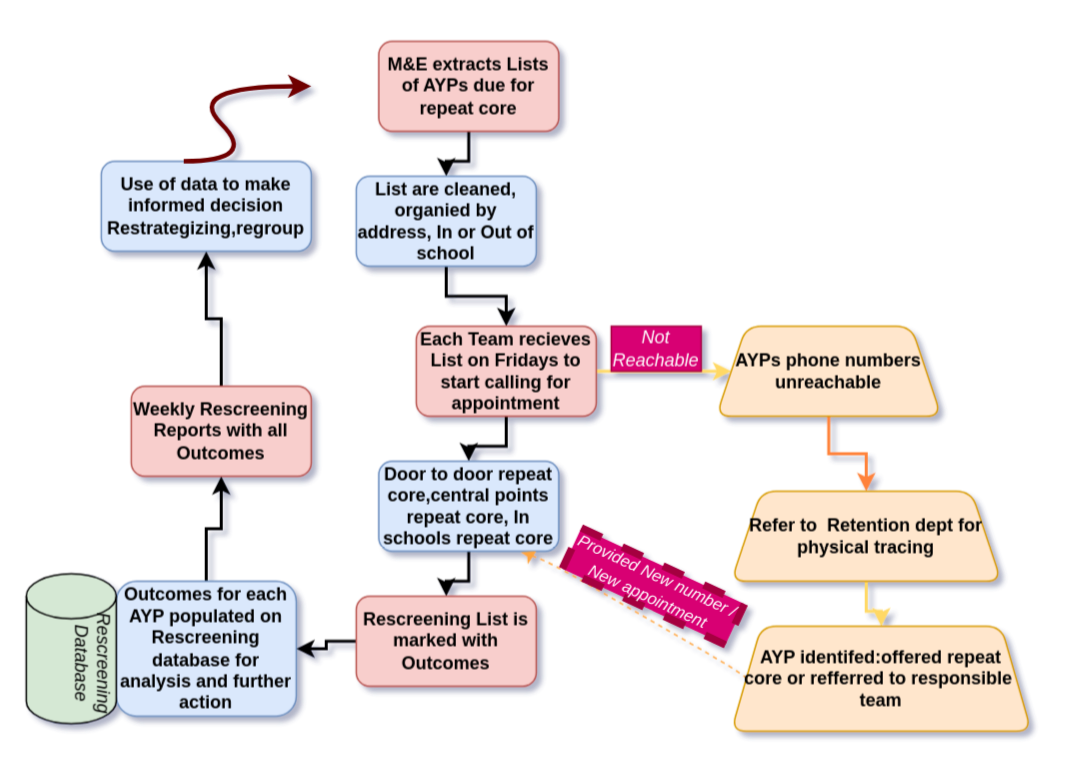
Earlier version of the draw.io diagram page "Page-3" (3 of 3) of Untitled Diagram.drawio (Poscom2010/charmu). Source tidied: cells renumbered, new cells numbered last; positions are measured from the earlier drawing's top-left corner, leaving out a move shared by most shapes. Both pictures are drawn from the tidied source at 150%, with x=0, y=0 at pixel (26, 40).
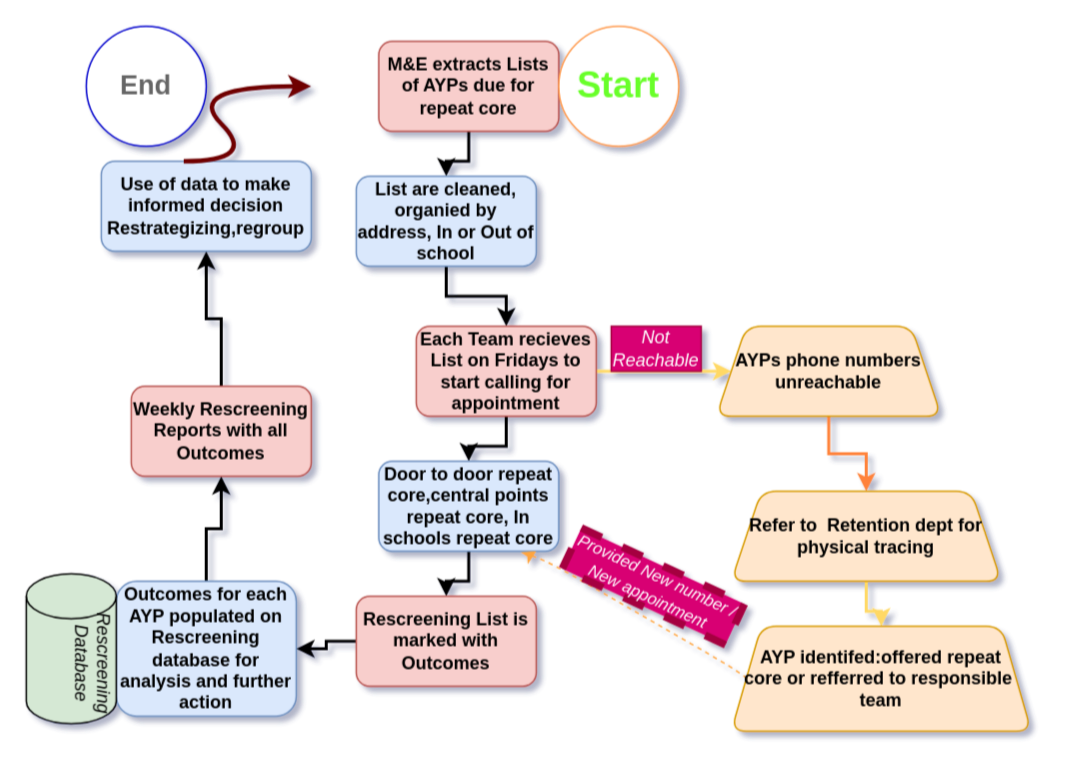
Above is the later version.

Commit message:
Rescreening Process Diagram.drawio

The edit, as a diff of the source:
```diff
@@
+    <mxCell id="29" value="&lt;b&gt;&lt;font color=&quot;#69ff29&quot; style=&quot;font-size: 24px;&quot;&gt;Start&lt;/font&gt;&lt;/b&gt;" style="ellipse;whiteSpace=wrap;html=1;strokeColor=#FF9A4D;" parent="1" vertex="1">
+      <mxGeometry x="355" y="-10" width="80" height="80" as="geometry" />
+    </mxCell>
+    <mxCell id="30" value="&lt;font style=&quot;font-size: 18px;&quot;&gt;&lt;b&gt;End&lt;/b&gt;&lt;/font&gt;" style="ellipse;whiteSpace=wrap;html=1;strokeColor=#0000CC;fontColor=#666666;" parent="1" vertex="1">
+      <mxGeometry x="40" y="-10" width="80" height="80" as="geometry" />
+    </mxCell>
```
